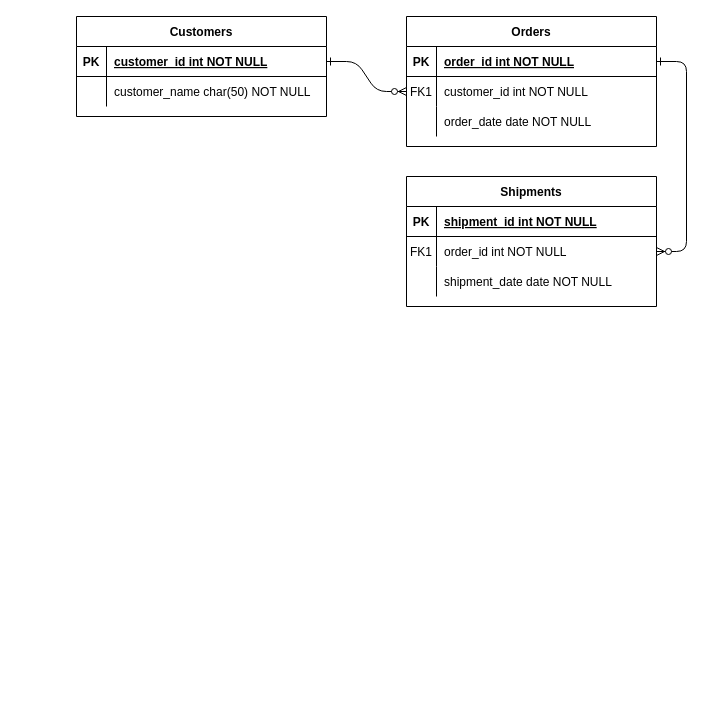
Earlier version of the draw.io diagram 名称未設定ファイル.drawio (Re-OKMT/furima-34736). Source tidied: cells renumbered, new cells numbered last; positions are measured from the earlier drawing's top-left corner, leaving out a move shared by most shapes. Both pictures are drawn from the tidied source at 100%, with x=0, y=0 at pixel (76, 16).
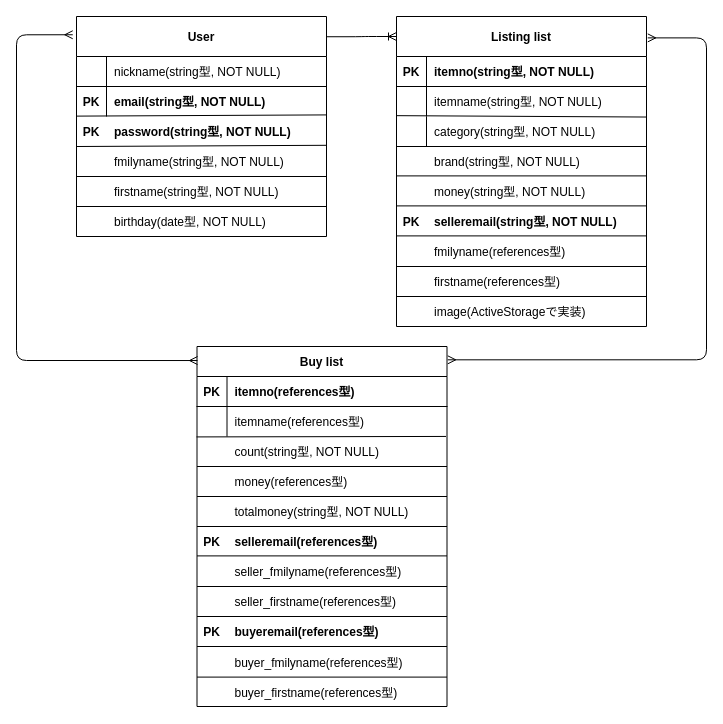
After the change.

Commit message:
名称未設定ファイル.drawio を更新します

The change refers to these unchanged cells:
```xml
<mxCell id="15" style="shape=partialRectangle;fillColor=none;top=0;left=0;right=0;bottom=1;" parent="14" vertex="1">
  <mxGeometry y="30" width="250" height="30" as="geometry" />
</mxCell>
<mxCell id="18" style="shape=partialRectangle;fillColor=none;points=[[0,0.5],[1,0.5]];portConstraint=eastwest;top=0;left=0;right=0;bottom=0;" parent="14" vertex="1">
  <mxGeometry y="60" width="250" height="30" as="geometry" />
</mxCell>
```

The edit, as a diff of the source:
```diff
@@
-    <mxCell id="2" style="edgeStyle=entityRelationEdgeStyle;endArrow=ERzeroToMany;startArrow=ERone;endFill=1;startFill=0;" parent="1" edge="1" source="25" target="8">
-      <mxGeometry relative="1" as="geometry" />
-    </mxCell>
-    <mxCell id="3" style="edgeStyle=entityRelationEdgeStyle;endArrow=ERzeroToMany;startArrow=ERone;endFill=1;startFill=0;" parent="1" edge="1" source="5" target="18">
-      <mxGeometry relative="1" as="geometry" />
-    </mxCell>
-    <mxCell id="4" value="Orders" style="shape=table;startSize=30;childLayout=tableLayout;rowLines=0;fontStyle=1;align=center;" parent="1" vertex="1">
-      <mxGeometry x="330" width="250" height="130" as="geometry" />
+    <mxCell id="4" value="Listing list" style="shape=table;startSize=40;childLayout=tableLayout;rowLines=0;fontStyle=1;align=center;" parent="1" vertex="1">
+      <mxGeometry x="320" width="250" height="310" as="geometry" />
     </mxCell>
     <mxCell id="5" style="shape=partialRectangle;fillColor=none;points=[[0,0.5],[1,0.5]];portConstraint=eastwest;top=0;left=0;right=0;bottom=1;" parent="4" vertex="1">
-      <mxGeometry y="30" width="250" height="30" as="geometry" />
+      <mxGeometry y="40" width="250" height="30" as="geometry" />
     </mxCell>
@@
-    <mxCell id="7" value="order_id int NOT NULL " style="shape=partialRectangle;overflow=hidden;fillColor=none;top=0;left=0;bottom=0;right=0;align=left;spacingLeft=6;fontStyle=5;" parent="5" vertex="1">
+    <mxCell id="7" value="itemno(string型, NOT NULL)" style="shape=partialRectangle;overflow=hidden;fillColor=none;top=0;left=0;bottom=0;right=0;align=left;spacingLeft=6;fontStyle=1;" parent="5" vertex="1">
       <mxGeometry x="30" width="220" height="30" as="geometry" />
     </mxCell>
     <mxCell id="8" style="shape=partialRectangle;fillColor=none;points=[[0,0.5],[1,0.5]];portConstraint=eastwest;top=0;left=0;right=0;bottom=0;" parent="4" vertex="1">
-      <mxGeometry y="60" width="250" height="30" as="geometry" />
+      <mxGeometry y="70" width="250" height="30" as="geometry" />
     </mxCell>
-    <mxCell id="9" value="FK1" style="shape=partialRectangle;overflow=hidden;fillColor=none;top=0;left=0;bottom=0;right=0;" parent="8" vertex="1">
+    <mxCell id="9" style="shape=partialRectangle;overflow=hidden;fillColor=none;top=0;left=0;bottom=0;right=0;" parent="8" vertex="1">
       <mxGeometry width="30" height="30" as="geometry" />
     </mxCell>
-    <mxCell id="10" value="customer_id int NOT NULL" style="shape=partialRectangle;overflow=hidden;fillColor=none;top=0;left=0;bottom=0;right=0;align=left;spacingLeft=6;" parent="8" vertex="1">
+    <mxCell id="10" value="itemname(string型, NOT NULL)" style="shape=partialRectangle;overflow=hidden;fillColor=none;top=0;left=0;bottom=0;right=0;align=left;spacingLeft=6;" parent="8" vertex="1">
       <mxGeometry x="30" width="220" height="30" as="geometry" />
     </mxCell>
     <mxCell id="11" style="shape=partialRectangle;fillColor=none;points=[[0,0.5],[1,0.5]];portConstraint=eastwest;top=0;left=0;right=0;bottom=0;" parent="4" vertex="1">
-      <mxGeometry y="90" width="250" height="30" as="geometry" />
+      <mxGeometry y="100" width="250" height="30" as="geometry" />
     </mxCell>
@@
-    <mxCell id="13" value="order_date date NOT NULL" style="shape=partialRectangle;overflow=hidden;fillColor=none;top=0;left=0;bottom=0;right=0;align=left;spacingLeft=6;" parent="11" vertex="1">
+    <mxCell id="13" value="category(string型, NOT NULL)" style="shape=partialRectangle;overflow=hidden;fillColor=none;top=0;left=0;bottom=0;right=0;align=left;spacingLeft=6;" parent="11" vertex="1">
       <mxGeometry x="30" width="220" height="30" as="geometry" />
     </mxCell>
+    <mxCell id="31" style="endArrow=none;html=1;entryX=0.998;entryY=0.018;entryDx=0;entryDy=0;entryPerimeter=0;exitX=0.002;exitY=-0.028;exitDx=0;exitDy=0;exitPerimeter=0;" parent="4" edge="1" source="11" target="11">
+      <mxGeometry relative="1" as="geometry" />
+    </mxCell>
+    <mxCell id="32" style="endArrow=none;html=1;" parent="4" edge="1">
+      <mxGeometry relative="1" as="geometry">
+        <mxPoint x="-0.5" y="130" as="sourcePoint" />
+        <mxPoint x="250.5" y="130" as="targetPoint" />
+      </mxGeometry>
+    </mxCell>
-    <mxCell id="14" value="Shipments" style="shape=table;startSize=30;childLayout=tableLayout;rowLines=0;fontStyle=1;align=center;" parent="1" vertex="1">
-      <mxGeometry x="330" y="160" width="250" height="130" as="geometry" />
+    <mxCell id="14" value="Buy list" style="shape=table;startSize=30;childLayout=tableLayout;rowLines=0;fontStyle=1;align=center;" parent="1" vertex="1">
+      <mxGeometry x="120.5" y="330" width="250" height="360" as="geometry" />
     </mxCell>
@@
-    <mxCell id="17" value="shipment_id int NOT NULL " style="shape=partialRectangle;overflow=hidden;fillColor=none;top=0;left=0;bottom=0;right=0;align=left;spacingLeft=6;fontStyle=5;" parent="15" vertex="1">
+    <mxCell id="17" value="itemno(references型)" style="shape=partialRectangle;overflow=hidden;fillColor=none;top=0;left=0;bottom=0;right=0;align=left;spacingLeft=6;fontStyle=1;" parent="15" vertex="1">
       <mxGeometry x="30" width="220" height="30" as="geometry" />
     </mxCell>
@@
-    <mxCell id="19" value="FK1" style="shape=partialRectangle;overflow=hidden;fillColor=none;top=0;left=0;bottom=0;right=0;" parent="18" vertex="1">
+    <mxCell id="19" style="shape=partialRectangle;overflow=hidden;fillColor=none;top=0;left=0;bottom=0;right=0;" parent="18" vertex="1">
       <mxGeometry width="30" height="30" as="geometry" />
     </mxCell>
-    <mxCell id="20" value="order_id int NOT NULL" style="shape=partialRectangle;overflow=hidden;fillColor=none;top=0;left=0;bottom=0;right=0;align=left;spacingLeft=6;" parent="18" vertex="1">
+    <mxCell id="20" value="itemname(references型)" style="shape=partialRectangle;overflow=hidden;fillColor=none;top=0;left=0;bottom=0;right=0;align=left;spacingLeft=6;" parent="18" vertex="1">
       <mxGeometry x="30" width="220" height="30" as="geometry" />
     </mxCell>
-    <mxCell id="21" style="shape=partialRectangle;fillColor=none;top=0;left=0;right=0;bottom=0;" parent="14" vertex="1">
-      <mxGeometry y="90" width="250" height="30" as="geometry" />
-    </mxCell>
-    <mxCell id="22" style="shape=partialRectangle;overflow=hidden;fillColor=none;top=0;left=0;bottom=0;right=0;" parent="21" vertex="1">
-      <mxGeometry width="30" height="30" as="geometry" />
-    </mxCell>
-    <mxCell id="23" value="shipment_date date NOT NULL" style="shape=partialRectangle;overflow=hidden;fillColor=none;top=0;left=0;bottom=0;right=0;align=left;spacingLeft=6;" parent="21" vertex="1">
-      <mxGeometry x="30" width="220" height="30" as="geometry" />
-    </mxCell>
+    <mxCell id="33" style="endArrow=none;html=1;exitX=-0.002;exitY=1.014;exitDx=0;exitDy=0;exitPerimeter=0;entryX=0.996;entryY=0.998;entryDx=0;entryDy=0;entryPerimeter=0;" parent="14" edge="1" source="18" target="18">
+      <mxGeometry relative="1" as="geometry" />
+    </mxCell>
-    <mxCell id="24" value="Customers" style="shape=table;startSize=30;childLayout=tableLayout;rowLines=0;fontStyle=1;align=center;" parent="1" vertex="1">
-      <mxGeometry width="250" height="100" as="geometry" />
+    <mxCell id="24" value="User" style="shape=table;startSize=40;childLayout=tableLayout;rowLines=0;fontStyle=1;align=center;" parent="1" vertex="1">
+      <mxGeometry width="250" height="220" as="geometry" />
     </mxCell>
     <mxCell id="25" style="shape=partialRectangle;fillColor=none;points=[[0,0.5],[1,0.5]];portConstraint=eastwest;top=0;left=0;right=0;bottom=1;" parent="24" vertex="1">
-      <mxGeometry y="30" width="250" height="30" as="geometry" />
+      <mxGeometry y="40" width="250" height="30" as="geometry" />
     </mxCell>
-    <mxCell id="26" value="PK" style="shape=partialRectangle;overflow=hidden;fillColor=none;top=0;left=0;bottom=0;right=0;fontStyle=1;" parent="25" vertex="1">
+    <mxCell id="26" style="shape=partialRectangle;overflow=hidden;fillColor=none;top=0;left=0;bottom=0;right=0;fontStyle=1;" parent="25" vertex="1">
       <mxGeometry width="30" height="30" as="geometry" />
     </mxCell>
-    <mxCell id="27" value="customer_id int NOT NULL " style="shape=partialRectangle;overflow=hidden;fillColor=none;top=0;left=0;bottom=0;right=0;align=left;spacingLeft=6;fontStyle=5;" parent="25" vertex="1">
+    <mxCell id="27" value="nickname(string型, NOT NULL)" style="shape=partialRectangle;overflow=hidden;fillColor=none;top=0;left=0;bottom=0;right=0;align=left;spacingLeft=6;fontStyle=0;" parent="25" vertex="1">
       <mxGeometry x="30" width="220" height="30" as="geometry" />
     </mxCell>
-    <mxCell id="28" style="shape=partialRectangle;fillColor=none;top=0;left=0;right=0;bottom=0;" parent="24" vertex="1">
-      <mxGeometry y="60" width="250" height="30" as="geometry" />
+    <mxCell id="28" style="shape=partialRectangle;fillColor=none;top=0;left=0;right=0;bottom=0;fontStyle=1;" parent="24" vertex="1">
+      <mxGeometry y="70" width="250" height="30" as="geometry" />
     </mxCell>
-    <mxCell id="29" style="shape=partialRectangle;overflow=hidden;fillColor=none;top=0;left=0;bottom=0;right=0;" parent="28" vertex="1">
+    <mxCell id="29" value="PK" style="shape=partialRectangle;overflow=hidden;fillColor=none;top=0;left=0;bottom=0;right=0;fontStyle=1;" parent="28" vertex="1">
       <mxGeometry width="30" height="30" as="geometry" />
     </mxCell>
-    <mxCell id="30" value="customer_name char(50) NOT NULL" style="shape=partialRectangle;overflow=hidden;fillColor=none;top=0;left=0;bottom=0;right=0;align=left;spacingLeft=6;" parent="28" vertex="1">
+    <mxCell id="30" value="email(string型, NOT NULL)" style="shape=partialRectangle;overflow=hidden;fillColor=none;top=0;left=0;bottom=0;right=0;align=left;spacingLeft=6;fontStyle=1;" parent="28" vertex="1">
       <mxGeometry x="30" width="220" height="30" as="geometry" />
     </mxCell>
+    <mxCell id="34" style="shape=partialRectangle;fillColor=none;points=[[0,0.5],[1,0.5]];portConstraint=eastwest;top=0;left=0;right=0;bottom=0;fontStyle=0;" parent="1" vertex="1">
+      <mxGeometry y="100" width="250" height="30" as="geometry" />
+    </mxCell>
+    <mxCell id="35" value="PK" style="shape=partialRectangle;overflow=hidden;fillColor=none;top=0;left=0;bottom=0;right=0;fontStyle=1;" parent="34" vertex="1">
+      <mxGeometry width="30" height="30" as="geometry" />
+    </mxCell>
+    <mxCell id="36" value="password(string型, NOT NULL)" style="shape=partialRectangle;overflow=hidden;fillColor=none;top=0;left=0;bottom=0;right=0;align=left;spacingLeft=6;fontStyle=1;" parent="34" vertex="1">
+      <mxGeometry x="30" width="220" height="30" as="geometry" />
+    </mxCell>
+    <mxCell id="37" style="endArrow=none;html=1;exitX=0.002;exitY=-0.013;exitDx=0;exitDy=0;exitPerimeter=0;entryX=1;entryY=-0.053;entryDx=0;entryDy=0;entryPerimeter=0;" parent="1" edge="1" source="34" target="34">
+      <mxGeometry relative="1" as="geometry" />
+    </mxCell>
+    <mxCell id="38" style="endArrow=none;html=1;exitX=0.002;exitY=-0.013;exitDx=0;exitDy=0;exitPerimeter=0;entryX=1;entryY=-0.053;entryDx=0;entryDy=0;entryPerimeter=0;" parent="1" edge="1">
+      <mxGeometry relative="1" as="geometry">
+        <mxPoint x="0.5" y="130" as="sourcePoint" />
+        <mxPoint x="250" y="128.8" as="targetPoint" />
+      </mxGeometry>
+    </mxCell>
+    <mxCell id="39" value="fmilyname(string型, NOT NULL)" style="shape=partialRectangle;overflow=hidden;fillColor=none;top=0;left=0;bottom=0;right=0;align=left;spacingLeft=6;fontStyle=0;" parent="1" vertex="1">
+      <mxGeometry x="30" y="130" width="220" height="30" as="geometry" />
+    </mxCell>
+    <mxCell id="40" style="endArrow=none;html=1;" parent="1" edge="1">
+      <mxGeometry relative="1" as="geometry">
+        <mxPoint y="160" as="sourcePoint" />
+        <mxPoint x="250" y="160" as="targetPoint" />
+      </mxGeometry>
+    </mxCell>
+    <mxCell id="41" value="firstname(string型, NOT NULL)" style="shape=partialRectangle;overflow=hidden;fillColor=none;top=0;left=0;bottom=0;right=0;align=left;spacingLeft=6;fontStyle=0;" parent="1" vertex="1">
+      <mxGeometry x="30" y="160" width="220" height="30" as="geometry" />
+    </mxCell>
+    <mxCell id="42" style="endArrow=none;html=1;" parent="1" edge="1">
+      <mxGeometry relative="1" as="geometry">
+        <mxPoint y="190" as="sourcePoint" />
+        <mxPoint x="250" y="190" as="targetPoint" />
+      </mxGeometry>
+    </mxCell>
+    <mxCell id="43" value="birthday(date型, NOT NULL)" style="shape=partialRectangle;overflow=hidden;fillColor=none;top=0;left=0;bottom=0;right=0;align=left;spacingLeft=6;fontStyle=0;" parent="1" vertex="1">
+      <mxGeometry x="30" y="190" width="220" height="30" as="geometry" />
+    </mxCell>
+    <mxCell id="44" value="brand(string型, NOT NULL)" style="shape=partialRectangle;overflow=hidden;fillColor=none;top=0;left=0;bottom=0;right=0;align=left;spacingLeft=6;" parent="1" vertex="1">
+      <mxGeometry x="350" y="130" width="220" height="30" as="geometry" />
+    </mxCell>
+    <mxCell id="45" style="endArrow=none;html=1;" parent="1" edge="1">
+      <mxGeometry relative="1" as="geometry">
+        <mxPoint x="320" y="159.4" as="sourcePoint" />
+        <mxPoint x="570" y="159.4" as="targetPoint" />
+      </mxGeometry>
+    </mxCell>
+    <mxCell id="46" value="selleremail(string型, NOT NULL)" style="shape=partialRectangle;overflow=hidden;fillColor=none;top=0;left=0;bottom=0;right=0;align=left;spacingLeft=6;fontStyle=1;" parent="1" vertex="1">
+      <mxGeometry x="350" y="190" width="220" height="30" as="geometry" />
+    </mxCell>
+    <mxCell id="47" value="money(string型, NOT NULL)" style="shape=partialRectangle;overflow=hidden;fillColor=none;top=0;left=0;bottom=0;right=0;align=left;spacingLeft=6;" parent="1" vertex="1">
+      <mxGeometry x="350" y="160" width="220" height="30" as="geometry" />
+    </mxCell>
+    <mxCell id="48" style="endArrow=none;html=1;" parent="1" edge="1">
+      <mxGeometry relative="1" as="geometry">
+        <mxPoint x="320" y="189.4" as="sourcePoint" />
+        <mxPoint x="570" y="189.4" as="targetPoint" />
+      </mxGeometry>
+    </mxCell>
+    <mxCell id="49" style="endArrow=none;html=1;" parent="1" edge="1">
+      <mxGeometry relative="1" as="geometry">
+        <mxPoint x="320" y="219.4" as="sourcePoint" />
+        <mxPoint x="570" y="219.4" as="targetPoint" />
+      </mxGeometry>
+    </mxCell>
+    <mxCell id="50" value="fmilyname(references型)" style="shape=partialRectangle;overflow=hidden;fillColor=none;top=0;left=0;bottom=0;right=0;align=left;spacingLeft=6;fontStyle=0;" parent="1" vertex="1">
+      <mxGeometry x="350" y="220" width="220" height="30" as="geometry" />
+    </mxCell>
+    <mxCell id="51" style="endArrow=none;html=1;" parent="1" edge="1">
+      <mxGeometry relative="1" as="geometry">
+        <mxPoint x="320" y="250" as="sourcePoint" />
+        <mxPoint x="570" y="250" as="targetPoint" />
+      </mxGeometry>
+    </mxCell>
+    <mxCell id="52" value="firstname(references型)" style="shape=partialRectangle;overflow=hidden;fillColor=none;top=0;left=0;bottom=0;right=0;align=left;spacingLeft=6;fontStyle=0;" parent="1" vertex="1">
+      <mxGeometry x="350" y="250" width="220" height="30" as="geometry" />
+    </mxCell>
+    <mxCell id="53" value="PK" style="shape=partialRectangle;overflow=hidden;fillColor=none;top=0;left=0;bottom=0;right=0;fontStyle=1;" parent="1" vertex="1">
+      <mxGeometry x="320" y="190" width="30" height="30" as="geometry" />
+    </mxCell>
+    <mxCell id="54" style="edgeStyle=entityRelationEdgeStyle;fontSize=12;html=1;endArrow=ERoneToMany;exitX=1.002;exitY=0.092;exitDx=0;exitDy=0;exitPerimeter=0;" parent="1" edge="1" source="24">
+      <mxGeometry relative="1" as="geometry">
+        <mxPoint x="320" y="20" as="targetPoint" />
+      </mxGeometry>
+    </mxCell>
+    <mxCell id="55" value="count(string型, NOT NULL)" style="shape=partialRectangle;overflow=hidden;fillColor=none;top=0;left=0;bottom=0;right=0;align=left;spacingLeft=6;" parent="1" vertex="1">
+      <mxGeometry x="150.5" y="420" width="220" height="30" as="geometry" />
+    </mxCell>
+    <mxCell id="56" style="endArrow=none;html=1;" parent="1" edge="1">
+      <mxGeometry relative="1" as="geometry">
+        <mxPoint x="120.5" y="450" as="sourcePoint" />
+        <mxPoint x="370.5" y="450" as="targetPoint" />
+      </mxGeometry>
+    </mxCell>
+    <mxCell id="57" value="money(references型)" style="shape=partialRectangle;overflow=hidden;fillColor=none;top=0;left=0;bottom=0;right=0;align=left;spacingLeft=6;" parent="1" vertex="1">
+      <mxGeometry x="150.5" y="450" width="220" height="30" as="geometry" />
+    </mxCell>
+    <mxCell id="58" style="endArrow=none;html=1;" parent="1" edge="1">
+      <mxGeometry relative="1" as="geometry">
+        <mxPoint x="120.5" y="480" as="sourcePoint" />
+        <mxPoint x="370.5" y="480" as="targetPoint" />
+      </mxGeometry>
+    </mxCell>
+    <mxCell id="59" value="totalmoney(string型, NOT NULL)" style="shape=partialRectangle;overflow=hidden;fillColor=none;top=0;left=0;bottom=0;right=0;align=left;spacingLeft=6;" parent="1" vertex="1">
+      <mxGeometry x="150.5" y="480" width="220" height="30" as="geometry" />
+    </mxCell>
+    <mxCell id="60" style="endArrow=none;html=1;" parent="1" edge="1">
+      <mxGeometry relative="1" as="geometry">
+        <mxPoint x="120.5" y="510" as="sourcePoint" />
+        <mxPoint x="370.5" y="510" as="targetPoint" />
+      </mxGeometry>
+    </mxCell>
+    <mxCell id="61" value="selleremail(references型)" style="shape=partialRectangle;overflow=hidden;fillColor=none;top=0;left=0;bottom=0;right=0;align=left;spacingLeft=6;fontStyle=1;" parent="1" vertex="1">
+      <mxGeometry x="150.5" y="510" width="220" height="30" as="geometry" />
+    </mxCell>
+    <mxCell id="62" style="endArrow=none;html=1;" parent="1" edge="1">
+      <mxGeometry relative="1" as="geometry">
+        <mxPoint x="120.5" y="539.4" as="sourcePoint" />
+        <mxPoint x="370.5" y="539.4" as="targetPoint" />
+      </mxGeometry>
+    </mxCell>
+    <mxCell id="63" value="seller_fmilyname(references型)" style="shape=partialRectangle;overflow=hidden;fillColor=none;top=0;left=0;bottom=0;right=0;align=left;spacingLeft=6;fontStyle=0;" parent="1" vertex="1">
+      <mxGeometry x="150.5" y="540" width="220" height="30" as="geometry" />
+    </mxCell>
+    <mxCell id="64" style="endArrow=none;html=1;" parent="1" edge="1">
+      <mxGeometry relative="1" as="geometry">
+        <mxPoint x="120.5" y="570" as="sourcePoint" />
+        <mxPoint x="370.5" y="570" as="targetPoint" />
+      </mxGeometry>
+    </mxCell>
+    <mxCell id="65" value="seller_firstname(references型)" style="shape=partialRectangle;overflow=hidden;fillColor=none;top=0;left=0;bottom=0;right=0;align=left;spacingLeft=6;fontStyle=0;" parent="1" vertex="1">
+      <mxGeometry x="150.5" y="570" width="220" height="30" as="geometry" />
+    </mxCell>
+    <mxCell id="66" value="PK" style="shape=partialRectangle;overflow=hidden;fillColor=none;top=0;left=0;bottom=0;right=0;fontStyle=1;" parent="1" vertex="1">
+      <mxGeometry x="120.5" y="510" width="30" height="30" as="geometry" />
+    </mxCell>
+    <mxCell id="67" style="endArrow=none;html=1;" parent="1" edge="1">
+      <mxGeometry relative="1" as="geometry">
+        <mxPoint x="120.5" y="600" as="sourcePoint" />
+        <mxPoint x="370.5" y="600" as="targetPoint" />
+      </mxGeometry>
+    </mxCell>
+    <mxCell id="68" value="buyeremail(references型)" style="shape=partialRectangle;overflow=hidden;fillColor=none;top=0;left=0;bottom=0;right=0;align=left;spacingLeft=6;fontStyle=1;" parent="1" vertex="1">
+      <mxGeometry x="150.5" y="600" width="220" height="30" as="geometry" />
+    </mxCell>
+    <mxCell id="69" value="PK" style="shape=partialRectangle;overflow=hidden;fillColor=none;top=0;left=0;bottom=0;right=0;fontStyle=1;" parent="1" vertex="1">
+      <mxGeometry x="120.5" y="600" width="30" height="30" as="geometry" />
+    </mxCell>
+    <mxCell id="70" style="endArrow=none;html=1;" parent="1" edge="1">
+      <mxGeometry relative="1" as="geometry">
+        <mxPoint x="120.5" y="630" as="sourcePoint" />
+        <mxPoint x="370.5" y="630" as="targetPoint" />
+      </mxGeometry>
+    </mxCell>
+    <mxCell id="71" style="endArrow=none;html=1;" parent="1" edge="1">
+      <mxGeometry relative="1" as="geometry">
+        <mxPoint x="120.5" y="630" as="sourcePoint" />
+        <mxPoint x="370.5" y="630" as="targetPoint" />
+      </mxGeometry>
+    </mxCell>
+    <mxCell id="72" value="buyer_fmilyname(references型)" style="shape=partialRectangle;overflow=hidden;fillColor=none;top=0;left=0;bottom=0;right=0;align=left;spacingLeft=6;fontStyle=0;" parent="1" vertex="1">
+      <mxGeometry x="150.5" y="630.6" width="220" height="30" as="geometry" />
+    </mxCell>
+    <mxCell id="73" style="endArrow=none;html=1;" parent="1" edge="1">
+      <mxGeometry relative="1" as="geometry">
+        <mxPoint x="120.5" y="660.6" as="sourcePoint" />
+        <mxPoint x="370.5" y="660.6" as="targetPoint" />
+      </mxGeometry>
+    </mxCell>
+    <mxCell id="74" value="buyer_firstname(references型)" style="shape=partialRectangle;overflow=hidden;fillColor=none;top=0;left=0;bottom=0;right=0;align=left;spacingLeft=6;fontStyle=0;" parent="1" vertex="1">
+      <mxGeometry x="150.5" y="660.6" width="220" height="30" as="geometry" />
+    </mxCell>
+    <mxCell id="75" style="endArrow=none;html=1;" parent="1" edge="1">
+      <mxGeometry relative="1" as="geometry">
+        <mxPoint x="320" y="280" as="sourcePoint" />
+        <mxPoint x="570" y="280" as="targetPoint" />
+      </mxGeometry>
+    </mxCell>
+    <mxCell id="76" value="image(ActiveStorageで実装)" style="shape=partialRectangle;overflow=hidden;fillColor=none;top=0;left=0;bottom=0;right=0;align=left;spacingLeft=6;fontStyle=0;" parent="1" vertex="1">
+      <mxGeometry x="350" y="280" width="220" height="30" as="geometry" />
+    </mxCell>
+    <mxCell id="77" style="edgeStyle=orthogonalEdgeStyle;fontSize=12;html=1;endArrow=ERmany;startArrow=ERmany;entryX=0.002;entryY=0.039;entryDx=0;entryDy=0;entryPerimeter=0;exitX=-0.015;exitY=0.083;exitDx=0;exitDy=0;exitPerimeter=0;" parent="1" edge="1" source="24" target="14">
+      <mxGeometry relative="1" as="geometry">
+        <Array as="points">
+          <mxPoint x="-60" y="18" />
+          <mxPoint x="-60" y="344" />
+        </Array>
+      </mxGeometry>
+    </mxCell>
+    <mxCell id="78" style="edgeStyle=orthogonalEdgeStyle;fontSize=12;html=1;endArrow=ERmany;startArrow=ERmany;exitX=1.003;exitY=0.037;exitDx=0;exitDy=0;exitPerimeter=0;entryX=1.005;entryY=0.069;entryDx=0;entryDy=0;entryPerimeter=0;" parent="1" edge="1" source="14" target="4">
+      <mxGeometry relative="1" as="geometry">
+        <Array as="points">
+          <mxPoint x="630" y="343" />
+          <mxPoint x="630" y="21" />
+        </Array>
+      </mxGeometry>
+    </mxCell>
```
